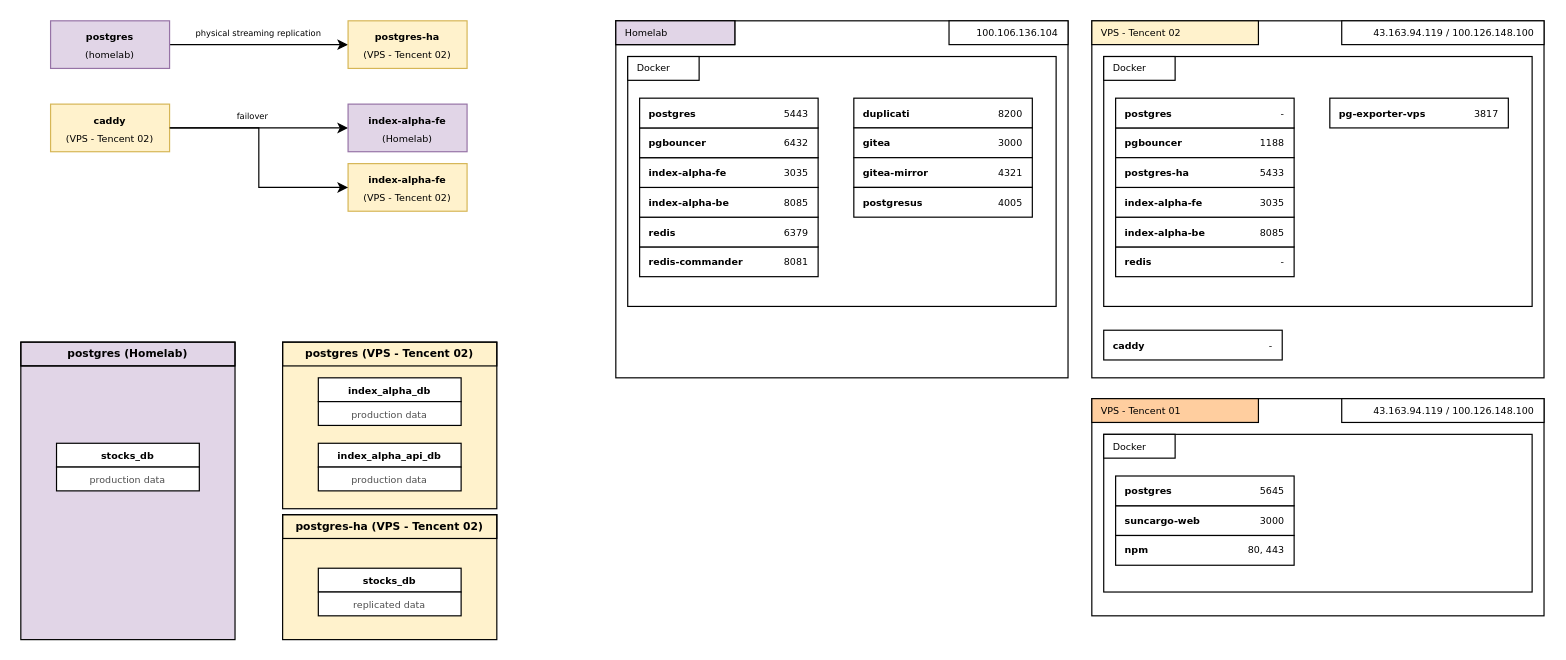
This is infrastructure.drawio from boysugi20/drawio-drawings, a draw.io file, before an edit. Source tidied: cells renumbered, new cells numbered last; positions are measured from the earlier drawing's top-left corner, leaving out a move shared by most shapes. Both pictures are drawn from the tidied source at 119%, with x=0, y=0 at pixel (20, 20).
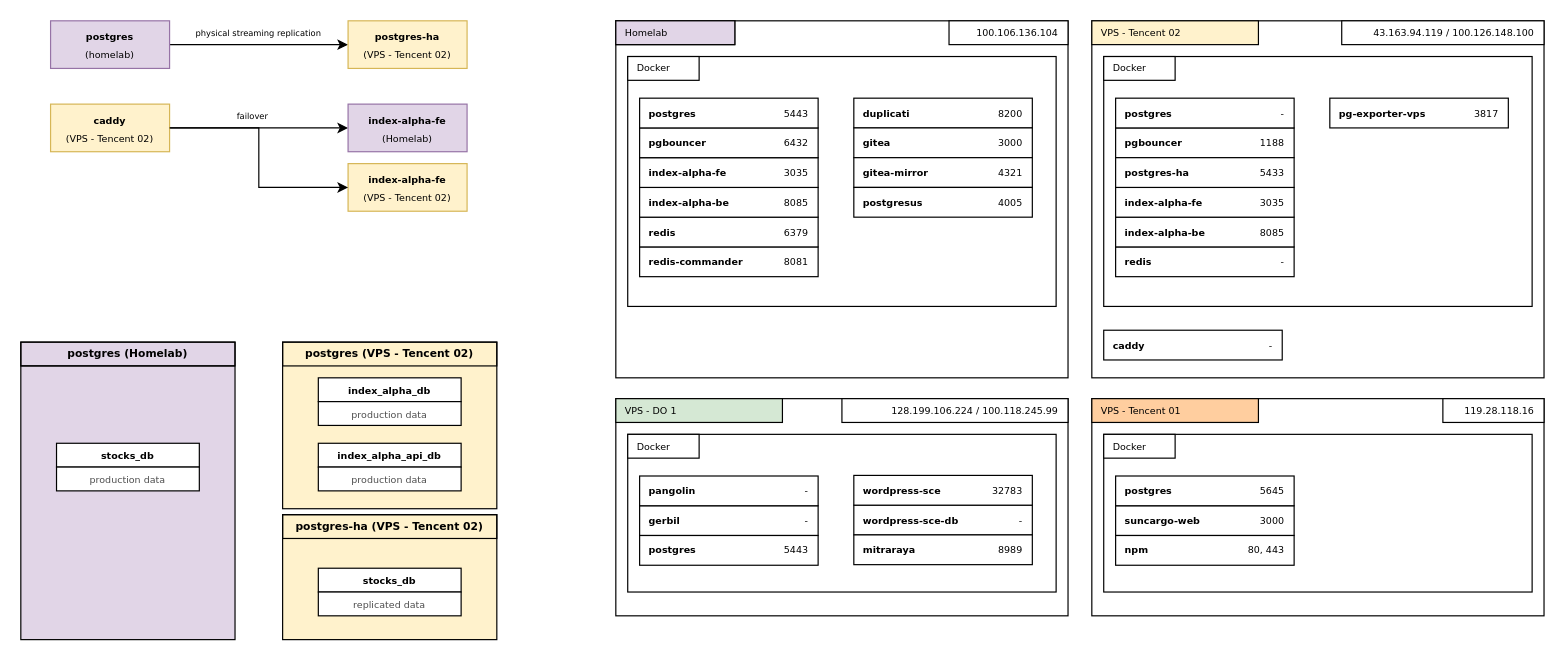
The same diagram, later.

Change to the diagram source:
```diff
@@
     <mxCell id="122" style="rounded=0;whiteSpace=wrap;html=1;align=right;" parent="1" vertex="1">
-      <mxGeometry x="1110" y="317.5" width="170" height="20" as="geometry" />
+      <mxGeometry x="1195" y="317.5" width="85" height="20" as="geometry" />
     </mxCell>
-    <mxCell id="123" value="&lt;div style=&quot;text-align: center;&quot;&gt;&lt;span style=&quot;background-color: transparent; text-align: right;&quot;&gt;43.163.94.119&lt;/span&gt;&lt;span style=&quot;background-color: transparent;&quot;&gt;&amp;nbsp;/&amp;nbsp;&lt;/span&gt;&lt;span style=&quot;background-color: transparent; text-align: right;&quot;&gt;100.126.148.100&lt;/span&gt;&lt;/div&gt;" style="text;html=1;whiteSpace=wrap;strokeColor=none;fillColor=none;align=right;verticalAlign=middle;rounded=0;spacingLeft=6;spacingRight=6;fontFamily=Verdana;fontSize=8;" parent="1" vertex="1">
-      <mxGeometry x="1120" y="317.5" width="160" height="20" as="geometry" />
+    <mxCell id="123" value="&lt;div style=&quot;text-align: center;&quot;&gt;&lt;span style=&quot;background-color: transparent; text-align: right;&quot;&gt;119.28.118.16&lt;/span&gt;&lt;/div&gt;" style="text;html=1;whiteSpace=wrap;strokeColor=none;fillColor=none;align=right;verticalAlign=middle;rounded=0;spacingLeft=6;spacingRight=6;fontFamily=Verdana;fontSize=8;" parent="1" vertex="1">
+      <mxGeometry x="1180" y="317.5" width="100" height="20" as="geometry" />
     </mxCell>
@@
+    <mxCell id="136" style="rounded=0;whiteSpace=wrap;html=1;" parent="1" vertex="1">
+      <mxGeometry x="500" y="317.5" width="380" height="182.5" as="geometry" />
+    </mxCell>
+    <mxCell id="137" style="rounded=0;whiteSpace=wrap;html=1;" parent="1" vertex="1">
+      <mxGeometry x="510" y="347.5" width="360" height="132.5" as="geometry" />
+    </mxCell>
+    <mxCell id="138" style="rounded=0;whiteSpace=wrap;html=1;fillColor=#D5E8D4;strokeColor=#000000;" parent="1" vertex="1">
+      <mxGeometry x="500" y="317.5" width="140" height="20" as="geometry" />
+    </mxCell>
+    <mxCell id="139" value="VPS - DO 1" style="text;html=1;whiteSpace=wrap;strokeColor=none;fillColor=none;align=left;verticalAlign=middle;rounded=0;spacingLeft=6;fontFamily=Verdana;fontSize=8;" parent="1" vertex="1">
+      <mxGeometry x="500" y="317.5" width="100" height="20" as="geometry" />
+    </mxCell>
+    <mxCell id="140" style="rounded=0;whiteSpace=wrap;html=1;fontFamily=Verdana;fontSize=9;" parent="1" vertex="1">
+      <mxGeometry x="510" y="347.5" width="60" height="20" as="geometry" />
+    </mxCell>
+    <mxCell id="141" value="Docker" style="text;html=1;whiteSpace=wrap;strokeColor=none;fillColor=none;align=left;verticalAlign=middle;rounded=0;spacingLeft=6;fontFamily=Verdana;fontSize=8;" parent="1" vertex="1">
+      <mxGeometry x="510" y="347.5" width="50" height="20" as="geometry" />
+    </mxCell>
+    <mxCell id="142" style="rounded=0;whiteSpace=wrap;html=1;align=right;" parent="1" vertex="1">
+      <mxGeometry x="690" y="317.5" width="190" height="20" as="geometry" />
+    </mxCell>
+    <mxCell id="143" value="&lt;div style=&quot;text-align: right;&quot;&gt;&lt;span style=&quot;white-space: normal;&quot;&gt;&lt;span style=&quot;white-space:pre&quot;&gt;&#9;&lt;/span&gt;128.199.106.224 /&amp;nbsp;&lt;/span&gt;&lt;span style=&quot;background-color: transparent;&quot;&gt;100.118.245.99&lt;/span&gt;&lt;/div&gt;" style="text;html=1;whiteSpace=wrap;strokeColor=none;fillColor=none;align=right;verticalAlign=middle;rounded=0;spacingLeft=6;spacingRight=6;fontFamily=Verdana;fontSize=8;" parent="1" vertex="1">
+      <mxGeometry x="690" y="317.5" width="190" height="20" as="geometry" />
+    </mxCell>
+    <mxCell id="144" style="group;fontFamily=Verdana;fontSize=8;" parent="1" vertex="1">
+      <mxGeometry x="520" y="407.5" width="150" height="25" as="geometry" />
+    </mxCell>
+    <mxCell id="145" style="rounded=0;whiteSpace=wrap;html=1;fontFamily=Verdana;fontSize=8;" parent="144" vertex="1">
+      <mxGeometry width="150" height="25" as="geometry" />
+    </mxCell>
+    <mxCell id="146" value="&lt;font&gt;gerbil&lt;/font&gt;" style="text;html=1;whiteSpace=wrap;strokeColor=none;fillColor=none;align=left;verticalAlign=middle;rounded=0;fontStyle=1;spacingRight=6;spacingLeft=6;fontFamily=Verdana;fontSize=8;" parent="144" vertex="1">
+      <mxGeometry y="2.5" width="100" height="20" as="geometry" />
+    </mxCell>
+    <mxCell id="147" value="&lt;font&gt;-&lt;/font&gt;" style="text;html=1;whiteSpace=wrap;strokeColor=none;fillColor=none;align=right;verticalAlign=middle;rounded=0;spacingRight=6;spacingLeft=6;fontFamily=Verdana;fontSize=8;" parent="144" vertex="1">
+      <mxGeometry x="110" y="2.5" width="40" height="20" as="geometry" />
+    </mxCell>
+    <mxCell id="148" style="group;fontFamily=Verdana;fontSize=8;" parent="1" vertex="1">
+      <mxGeometry x="520" y="382.5" width="150" height="25" as="geometry" />
+    </mxCell>
+    <mxCell id="149" style="rounded=0;whiteSpace=wrap;html=1;fontFamily=Verdana;fontSize=8;" parent="148" vertex="1">
+      <mxGeometry width="150" height="25" as="geometry" />
+    </mxCell>
+    <mxCell id="150" value="&lt;font&gt;pangolin&lt;/font&gt;" style="text;html=1;whiteSpace=wrap;strokeColor=none;fillColor=none;align=left;verticalAlign=middle;rounded=0;fontStyle=1;spacingRight=6;spacingLeft=6;fontFamily=Verdana;fontSize=8;" parent="148" vertex="1">
+      <mxGeometry y="2.5" width="100" height="20" as="geometry" />
+    </mxCell>
+    <mxCell id="151" value="&lt;font&gt;-&lt;/font&gt;" style="text;html=1;whiteSpace=wrap;strokeColor=none;fillColor=none;align=right;verticalAlign=middle;rounded=0;spacingRight=6;spacingLeft=6;fontFamily=Verdana;fontSize=8;" parent="148" vertex="1">
+      <mxGeometry x="110" y="2.5" width="40" height="20" as="geometry" />
+    </mxCell>
+    <mxCell id="152" style="group;fontFamily=Verdana;fontSize=8;" parent="1" vertex="1">
+      <mxGeometry x="520" y="432.5" width="150" height="25" as="geometry" />
+    </mxCell>
+    <mxCell id="153" style="rounded=0;whiteSpace=wrap;html=1;fontFamily=Verdana;fontSize=8;" parent="152" vertex="1">
+      <mxGeometry width="150" height="25" as="geometry" />
+    </mxCell>
+    <mxCell id="154" value="&lt;font&gt;postgres&lt;/font&gt;" style="text;html=1;whiteSpace=wrap;strokeColor=none;fillColor=none;align=left;verticalAlign=middle;rounded=0;fontStyle=1;spacingRight=6;spacingLeft=6;fontFamily=Verdana;fontSize=8;" parent="152" vertex="1">
+      <mxGeometry y="2.5" width="100" height="20" as="geometry" />
+    </mxCell>
+    <mxCell id="155" value="5443" style="text;html=1;whiteSpace=wrap;strokeColor=none;fillColor=none;align=right;verticalAlign=middle;rounded=0;spacingRight=6;spacingLeft=6;fontFamily=Verdana;fontSize=8;" parent="152" vertex="1">
+      <mxGeometry x="90" y="2.5" width="60" height="20" as="geometry" />
+    </mxCell>
+    <mxCell id="156" style="group;fontFamily=Verdana;fontSize=8;" parent="1" vertex="1">
+      <mxGeometry x="700" y="407" width="150" height="25" as="geometry" />
+    </mxCell>
+    <mxCell id="157" style="rounded=0;whiteSpace=wrap;html=1;fontFamily=Verdana;fontSize=8;" parent="156" vertex="1">
+      <mxGeometry width="150" height="25" as="geometry" />
+    </mxCell>
+    <mxCell id="158" value="&lt;font&gt;wordpress-sce-db&lt;/font&gt;" style="text;html=1;whiteSpace=wrap;strokeColor=none;fillColor=none;align=left;verticalAlign=middle;rounded=0;fontStyle=1;spacingRight=6;spacingLeft=6;fontFamily=Verdana;fontSize=8;" parent="156" vertex="1">
+      <mxGeometry y="2.5" width="100" height="20" as="geometry" />
+    </mxCell>
+    <mxCell id="159" value="&lt;font&gt;-&lt;/font&gt;" style="text;html=1;whiteSpace=wrap;strokeColor=none;fillColor=none;align=right;verticalAlign=middle;rounded=0;spacingRight=6;spacingLeft=6;fontFamily=Verdana;fontSize=8;" parent="156" vertex="1">
+      <mxGeometry x="110" y="2.5" width="40" height="20" as="geometry" />
+    </mxCell>
+    <mxCell id="160" style="group;fontFamily=Verdana;fontSize=8;" parent="1" vertex="1">
+      <mxGeometry x="700" y="382" width="150" height="25" as="geometry" />
+    </mxCell>
+    <mxCell id="161" style="rounded=0;whiteSpace=wrap;html=1;fontFamily=Verdana;fontSize=8;" parent="160" vertex="1">
+      <mxGeometry width="150" height="25" as="geometry" />
+    </mxCell>
+    <mxCell id="162" value="&lt;font&gt;wordpress-sce&lt;/font&gt;" style="text;html=1;whiteSpace=wrap;strokeColor=none;fillColor=none;align=left;verticalAlign=middle;rounded=0;fontStyle=1;spacingRight=6;spacingLeft=6;fontFamily=Verdana;fontSize=8;" parent="160" vertex="1">
+      <mxGeometry y="2.5" width="100" height="20" as="geometry" />
+    </mxCell>
+    <mxCell id="163" value="&lt;font&gt;32783&lt;/font&gt;" style="text;html=1;whiteSpace=wrap;strokeColor=none;fillColor=none;align=right;verticalAlign=middle;rounded=0;spacingRight=6;spacingLeft=6;fontFamily=Verdana;fontSize=8;" parent="160" vertex="1">
+      <mxGeometry x="110" y="2.5" width="40" height="20" as="geometry" />
+    </mxCell>
+    <mxCell id="164" style="group;fontFamily=Verdana;fontSize=8;" parent="1" vertex="1">
+      <mxGeometry x="700" y="432" width="150" height="25" as="geometry" />
+    </mxCell>
+    <mxCell id="165" style="rounded=0;whiteSpace=wrap;html=1;fontFamily=Verdana;fontSize=8;" parent="164" vertex="1">
+      <mxGeometry width="150" height="25" as="geometry" />
+    </mxCell>
+    <mxCell id="166" value="&lt;font&gt;mitraraya&lt;/font&gt;" style="text;html=1;whiteSpace=wrap;strokeColor=none;fillColor=none;align=left;verticalAlign=middle;rounded=0;fontStyle=1;spacingRight=6;spacingLeft=6;fontFamily=Verdana;fontSize=8;" parent="164" vertex="1">
+      <mxGeometry y="2.5" width="100" height="20" as="geometry" />
+    </mxCell>
+    <mxCell id="167" value="8989" style="text;html=1;whiteSpace=wrap;strokeColor=none;fillColor=none;align=right;verticalAlign=middle;rounded=0;spacingRight=6;spacingLeft=6;fontFamily=Verdana;fontSize=8;" parent="164" vertex="1">
+      <mxGeometry x="90" y="2.5" width="60" height="20" as="geometry" />
+    </mxCell>
```
